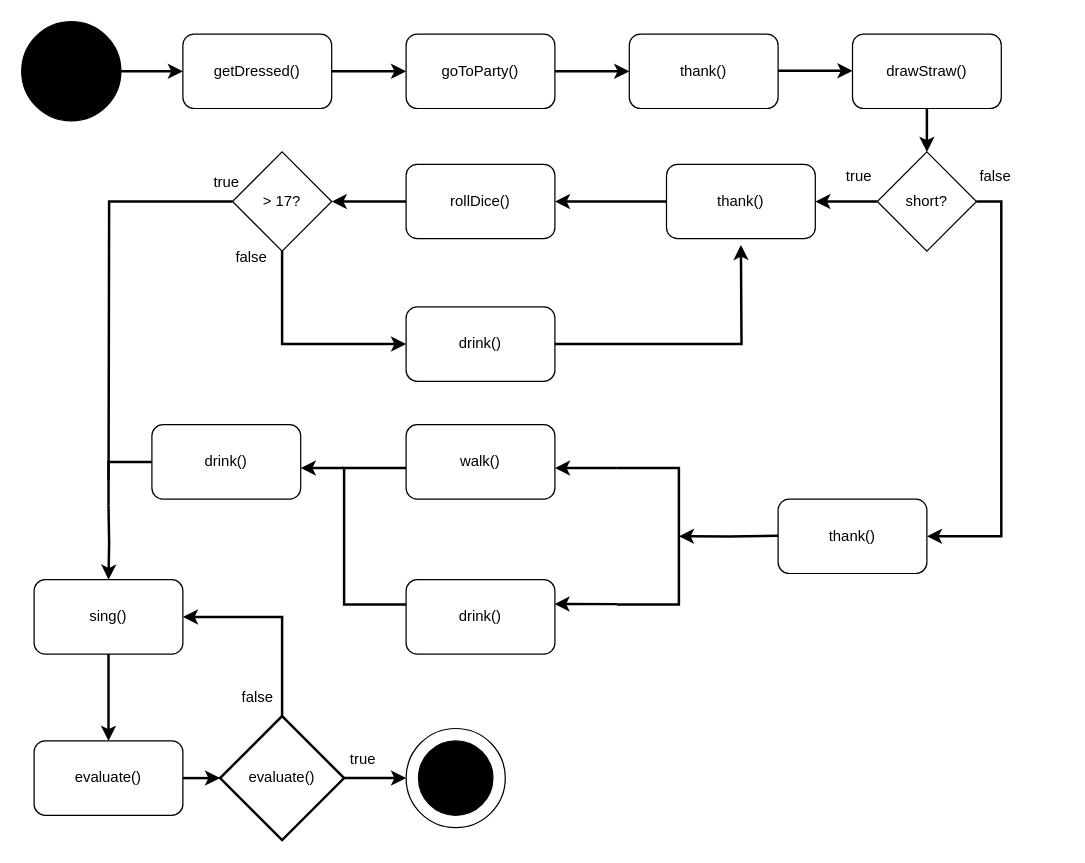
Above: AufgabeParty.drawio in Gashunk/UML-Klassendiagramme (draw.io), before the change. Source tidied: cells renumbered, new cells numbered last; positions are measured from the earlier drawing's top-left corner, leaving out a move shared by most shapes. Both pictures are drawn from the tidied source at 124%, with x=0, y=0 at pixel (21, 21).
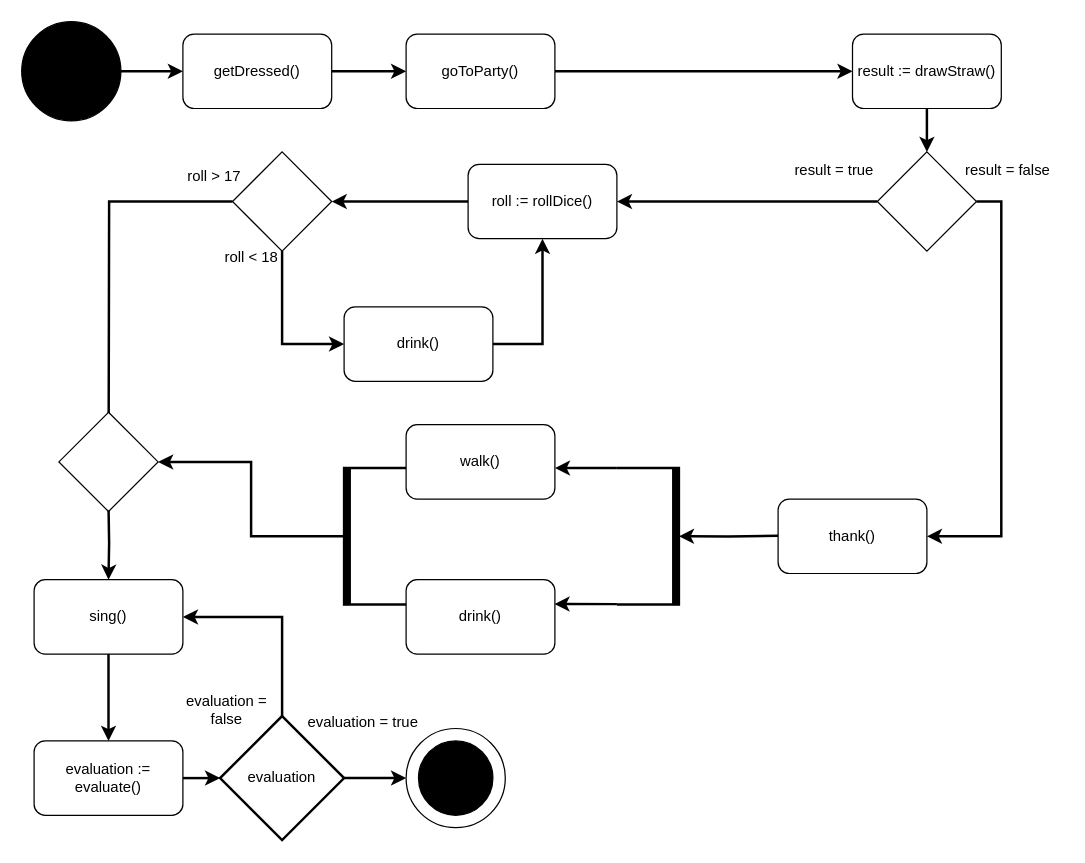
Above is the later version.

Unchanged cells that the change refers to:
```xml
<mxCell id="7" value="&lt;div&gt;goToParty()&lt;/div&gt;" style="rounded=1;whiteSpace=wrap;html=1;strokeColor=#000000;fillColor=#FFFFFF;" parent="1" vertex="1">
  <mxGeometry x="310" y="10" width="120" height="60" as="geometry" />
</mxCell>
<mxCell id="34" style="strokeWidth=2;html=1;shape=mxgraph.flowchart.annotation_1;align=left;strokeColor=#000000;fillColor=#FFFFFF;" parent="1" vertex="1">
  <mxGeometry x="260" y="360" width="50" height="110" as="geometry" />
</mxCell>
```

The edit, as a diff of the source:
```diff
@@
-    <mxCell id="6" style="edgeStyle=orthogonalEdgeStyle;rounded=0;jettySize=auto;html=1;exitX=1;exitY=0.5;exitDx=0;exitDy=0;entryX=0;entryY=0.5;entryDx=0;entryDy=0;strokeWidth=2;" parent="1" edge="1" source="7" target="8">
-      <mxGeometry relative="1" as="geometry">
-        <Array as="points">
-          <mxPoint x="460" y="40" />
-          <mxPoint x="460" y="40" />
-        </Array>
-      </mxGeometry>
+    <mxCell id="6" style="edgeStyle=orthogonalEdgeStyle;rounded=0;jettySize=auto;html=1;exitX=1;exitY=0.5;exitDx=0;exitDy=0;entryX=0;entryY=0.5;entryDx=0;entryDy=0;strokeWidth=2;" parent="1" edge="1" source="7" target="25">
+      <mxGeometry relative="1" as="geometry" />
     </mxCell>
@@
-    <mxCell id="8" value="thank()" style="rounded=1;whiteSpace=wrap;html=1;strokeColor=#000000;fillColor=#FFFFFF;" parent="1" vertex="1">
-      <mxGeometry x="490" y="10" width="120" height="60" as="geometry" />
-    </mxCell>
-    <mxCell id="9" style="edgeStyle=orthogonalEdgeStyle;rounded=0;jettySize=auto;html=1;exitX=0;exitY=0.5;exitDx=0;exitDy=0;entryX=1;entryY=0.5;entryDx=0;entryDy=0;strokeWidth=2;startArrow=none;fontStyle=1;" parent="1" edge="1" source="30" target="14">
+    <mxCell id="9" style="edgeStyle=orthogonalEdgeStyle;rounded=0;jettySize=auto;html=1;exitX=0;exitY=0.5;exitDx=0;exitDy=0;entryX=1;entryY=0.5;entryDx=0;entryDy=0;strokeWidth=2;startArrow=none;fontStyle=1;" parent="1" edge="1" source="11" target="14">
       <mxGeometry relative="1" as="geometry" />
     </mxCell>
@@
-    <mxCell id="11" value="short?" style="rhombus;whiteSpace=wrap;html=1;strokeColor=#000000;fillColor=#FFFFFF;" parent="1" vertex="1">
+    <mxCell id="11" style="rhombus;whiteSpace=wrap;html=1;strokeColor=#000000;fillColor=#FFFFFF;" parent="1" vertex="1">
       <mxGeometry x="690" y="105" width="80" height="80" as="geometry" />
     </mxCell>
@@
-    <mxCell id="14" value="rollDice()" style="rounded=1;whiteSpace=wrap;html=1;strokeColor=#000000;fillColor=#FFFFFF;" parent="1" vertex="1">
-      <mxGeometry x="310" y="115" width="120" height="60" as="geometry" />
+    <mxCell id="14" value="roll := rollDice()" style="rounded=1;whiteSpace=wrap;html=1;strokeColor=#000000;fillColor=#FFFFFF;" parent="1" vertex="1">
+      <mxGeometry x="360" y="115" width="120" height="60" as="geometry" />
     </mxCell>
@@
-    <mxCell id="17" value="&amp;gt; 17?" style="rhombus;whiteSpace=wrap;html=1;strokeColor=#000000;fillColor=#FFFFFF;" parent="1" vertex="1">
+    <mxCell id="17" style="rhombus;whiteSpace=wrap;html=1;strokeColor=#000000;fillColor=#FFFFFF;" parent="1" vertex="1">
       <mxGeometry x="170" y="105" width="80" height="80" as="geometry" />
     </mxCell>
@@
-    <mxCell id="19" value="true" style="text;html=1;align=center;verticalAlign=middle;strokeColor=none;fillColor=none;" parent="1" vertex="1">
-      <mxGeometry x="655" y="110" width="40" height="30" as="geometry" />
+    <mxCell id="19" value="result = true" style="text;html=1;align=center;verticalAlign=middle;strokeColor=none;fillColor=none;" parent="1" vertex="1">
+      <mxGeometry x="610" y="105" width="90" height="30" as="geometry" />
     </mxCell>
-    <mxCell id="20" value="false" style="text;html=1;align=center;verticalAlign=middle;strokeColor=none;fillColor=none;" parent="1" vertex="1">
-      <mxGeometry x="160" y="175" width="50" height="30" as="geometry" />
+    <mxCell id="20" value="roll &amp;lt; 18" style="text;html=1;align=center;verticalAlign=middle;strokeColor=none;fillColor=none;" parent="1" vertex="1">
+      <mxGeometry x="150" y="175" width="70" height="30" as="geometry" />
     </mxCell>
@@
-    <mxCell id="25" value="drawStraw()" style="rounded=1;whiteSpace=wrap;html=1;strokeColor=#000000;fillColor=#FFFFFF;" parent="1" vertex="1">
+    <mxCell id="25" value="result := drawStraw()" style="rounded=1;whiteSpace=wrap;html=1;strokeColor=#000000;fillColor=#FFFFFF;" parent="1" vertex="1">
       <mxGeometry x="670" y="10" width="120" height="60" as="geometry" />
     </mxCell>
-    <mxCell id="26" style="edgeStyle=orthogonalEdgeStyle;rounded=0;orthogonalLoop=1;jettySize=auto;html=1;exitX=1;exitY=0.5;exitDx=0;exitDy=0;entryX=0;entryY=0.5;entryDx=0;entryDy=0;strokeWidth=2;" parent="1" edge="1">
-      <mxGeometry relative="1" as="geometry">
-        <mxPoint x="610" y="39.6" as="sourcePoint" />
-        <mxPoint x="670" y="39.6" as="targetPoint" />
-        <Array as="points">
-          <mxPoint x="640" y="39.6" />
-          <mxPoint x="640" y="39.6" />
-        </Array>
-      </mxGeometry>
-    </mxCell>
@@
-    <mxCell id="28" value="false" style="text;html=1;align=center;verticalAlign=middle;strokeColor=none;fillColor=none;" parent="1" vertex="1">
-      <mxGeometry x="760" y="110" width="50" height="30" as="geometry" />
+    <mxCell id="28" value="result = false" style="text;html=1;align=center;verticalAlign=middle;strokeColor=none;fillColor=none;" parent="1" vertex="1">
+      <mxGeometry x="750" y="105" width="90" height="30" as="geometry" />
     </mxCell>
@@
-    <mxCell id="30" value="thank()" style="rounded=1;whiteSpace=wrap;html=1;strokeColor=#000000;fillColor=#FFFFFF;" parent="1" vertex="1">
-      <mxGeometry x="520" y="115" width="120" height="60" as="geometry" />
-    </mxCell>
-    <mxCell id="31" style="edgeStyle=orthogonalEdgeStyle;rounded=0;jettySize=auto;html=1;exitX=0;exitY=0.5;exitDx=0;exitDy=0;entryX=1;entryY=0.5;entryDx=0;entryDy=0;strokeWidth=2;startArrow=none;" parent="1" edge="1" source="11" target="30">
-      <mxGeometry relative="1" as="geometry" />
-    </mxCell>
@@
-    <mxCell id="33" style="edgeStyle=orthogonalEdgeStyle;rounded=0;jettySize=auto;html=1;exitX=0;exitY=0;exitDx=0;exitDy=0;exitPerimeter=0;entryX=1;entryY=0.595;entryDx=0;entryDy=0;entryPerimeter=0;strokeWidth=2;endArrow=classic;endFill=1;" parent="1" edge="1" source="34" target="50">
-      <mxGeometry relative="1" as="geometry" />
-    </mxCell>
+    <mxCell id="51" style="edgeStyle=orthogonalEdgeStyle;rounded=0;jettySize=auto;html=1;exitX=0;exitY=0.5;exitDx=0;exitDy=0;exitPerimeter=0;entryX=1;entryY=0.5;entryDx=0;entryDy=0;strokeWidth=2;endArrow=classic;endFill=1;" parent="1" edge="1" source="34" target="52">
+      <mxGeometry relative="1" as="geometry" />
+    </mxCell>
@@
-    <mxCell id="39" value="evaluate()" style="strokeWidth=2;html=1;shape=mxgraph.flowchart.decision;whiteSpace=wrap;strokeColor=#000000;fillColor=#FFFFFF;" parent="1" vertex="1">
+    <mxCell id="39" value="evaluation" style="strokeWidth=2;html=1;shape=mxgraph.flowchart.decision;whiteSpace=wrap;strokeColor=#000000;fillColor=#FFFFFF;" parent="1" vertex="1">
       <mxGeometry x="160" y="560" width="100" height="100" as="geometry" />
     </mxCell>
@@
-    <mxCell id="41" value="evaluate()" style="rounded=1;whiteSpace=wrap;html=1;strokeColor=#000000;fillColor=#FFFFFF;" parent="1" vertex="1">
+    <mxCell id="41" value="evaluation := evaluate()" style="rounded=1;whiteSpace=wrap;html=1;strokeColor=#000000;fillColor=#FFFFFF;" parent="1" vertex="1">
       <mxGeometry x="10" y="580" width="120" height="60" as="geometry" />
     </mxCell>
-    <mxCell id="42" value="&lt;div&gt;false&lt;/div&gt;" style="text;html=1;align=center;verticalAlign=middle;strokeColor=none;fillColor=none;" parent="1" vertex="1">
-      <mxGeometry x="165" y="530" width="50" height="30" as="geometry" />
+    <mxCell id="42" value="evaluation = &lt;br&gt;&lt;div&gt;false&lt;/div&gt;" style="text;html=1;align=center;verticalAlign=middle;strokeColor=none;fillColor=none;" parent="1" vertex="1">
+      <mxGeometry x="120" y="535" width="90" height="40" as="geometry" />
     </mxCell>
@@
-    <mxCell id="45" value="true" style="text;html=1;align=center;verticalAlign=middle;strokeColor=none;fillColor=none;" parent="1" vertex="1">
-      <mxGeometry x="255" y="580" width="40" height="30" as="geometry" />
+    <mxCell id="45" value="evaluation = true" style="text;html=1;align=center;verticalAlign=middle;strokeColor=none;fillColor=none;" parent="1" vertex="1">
+      <mxGeometry x="220" y="550" width="110" height="30" as="geometry" />
     </mxCell>
-    <mxCell id="46" value="true" style="text;html=1;align=center;verticalAlign=middle;strokeColor=none;fillColor=none;" parent="1" vertex="1">
-      <mxGeometry x="145" y="115" width="40" height="30" as="geometry" />
-    </mxCell>
-    <mxCell id="47" style="edgeStyle=orthogonalEdgeStyle;rounded=0;jettySize=auto;html=1;exitX=1;exitY=0.5;exitDx=0;exitDy=0;strokeWidth=2;" parent="1" edge="1" source="48">
-      <mxGeometry relative="1" as="geometry">
-        <mxPoint x="580" y="180" as="targetPoint" />
-      </mxGeometry>
+    <mxCell id="47" style="edgeStyle=orthogonalEdgeStyle;rounded=0;jettySize=auto;html=1;exitX=1;exitY=0.5;exitDx=0;exitDy=0;strokeWidth=2;endArrow=classic;endFill=1;entryX=0.5;entryY=1;entryDx=0;entryDy=0;" parent="1" edge="1" source="48" target="14">
+      <mxGeometry relative="1" as="geometry" />
     </mxCell>
     <mxCell id="48" value="drink()" style="rounded=1;whiteSpace=wrap;html=1;strokeColor=#000000;fillColor=#FFFFFF;" parent="1" vertex="1">
-      <mxGeometry x="310" y="230" width="120" height="60" as="geometry" />
+      <mxGeometry x="260" y="230" width="120" height="60" as="geometry" />
     </mxCell>
-    <mxCell id="49" style="edgeStyle=orthogonalEdgeStyle;rounded=0;jettySize=auto;html=1;exitX=0;exitY=0.5;exitDx=0;exitDy=0;strokeWidth=2;endArrow=none;endFill=0;" parent="1" edge="1" source="50">
-      <mxGeometry relative="1" as="geometry">
-        <mxPoint x="70" y="369.9" as="targetPoint" />
-      </mxGeometry>
-    </mxCell>
-    <mxCell id="50" value="drink()" style="rounded=1;whiteSpace=wrap;html=1;strokeColor=#000000;fillColor=#FFFFFF;" parent="1" vertex="1">
-      <mxGeometry x="105" y="325" width="120" height="60" as="geometry" />
-    </mxCell>
+    <mxCell id="52" style="rhombus;whiteSpace=wrap;html=1;" parent="1" vertex="1">
+      <mxGeometry x="30" y="315" width="80" height="80" as="geometry" />
+    </mxCell>
+    <mxCell id="53" value="roll &amp;gt; 17" style="text;html=1;align=center;verticalAlign=middle;strokeColor=none;fillColor=none;" parent="1" vertex="1">
+      <mxGeometry x="120" y="110" width="70" height="30" as="geometry" />
+    </mxCell>
+    <mxCell id="54" style="html=1;perimeter=orthogonalPerimeter;fillColor=strokeColor;" parent="1" vertex="1">
+      <mxGeometry x="525" y="360" width="5" height="110" as="geometry" />
+    </mxCell>
+    <mxCell id="55" style="html=1;perimeter=orthogonalPerimeter;fillColor=strokeColor;" parent="1" vertex="1">
+      <mxGeometry x="260" y="360" width="5" height="110" as="geometry" />
+    </mxCell>
```
